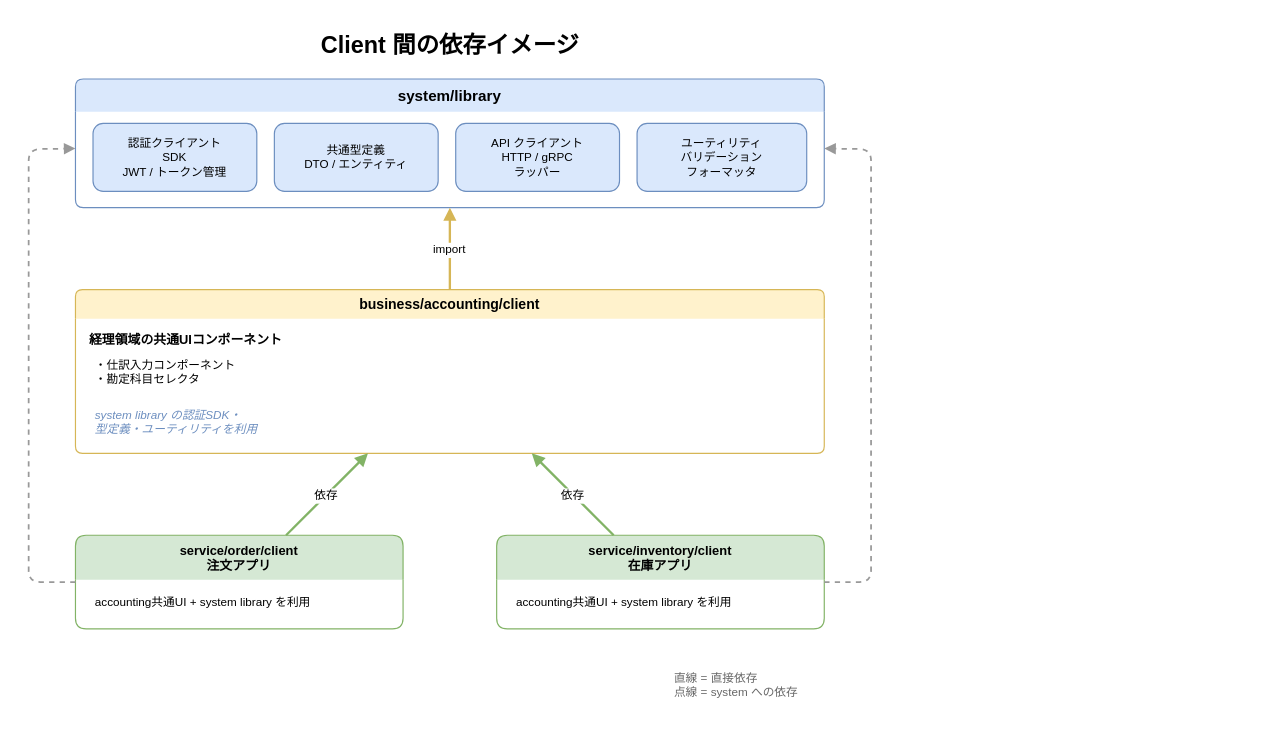
This is docs/diagrams/client-dependency.drawio from RyuheiKiso/k1s0, a draw.io file, before an edit. Source tidied: cells renumbered, new cells numbered last; positions are measured from the earlier drawing's top-left corner, leaving out a move shared by most shapes. Both pictures are drawn from the tidied source at 117%, with x=0, y=0 at pixel (28, 20).
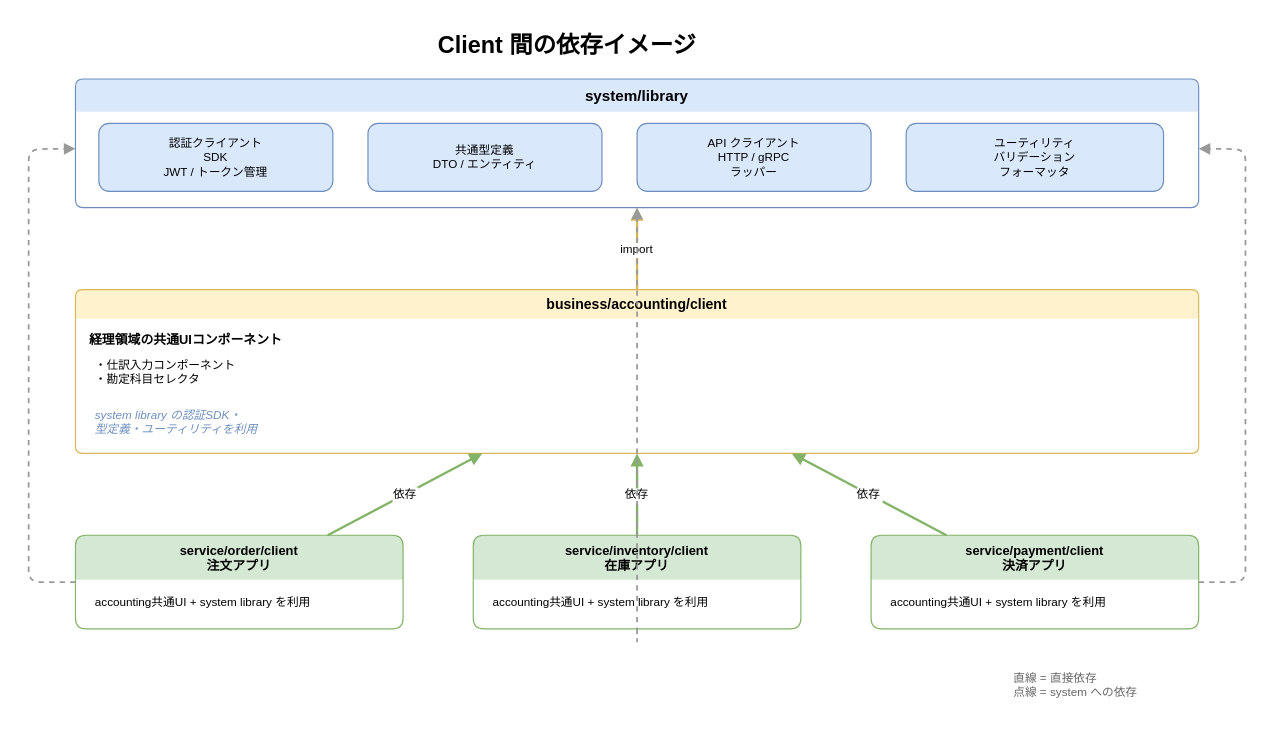
After the change.

What changed in the source:
```diff
@@
     <mxCell id="2" value="Client 間の依存イメージ" style="text;html=1;fontSize=20;fontStyle=1;align=center;verticalAlign=middle;" parent="1" vertex="1">
-      <mxGeometry x="160" width="400" height="40" as="geometry" />
+      <mxGeometry x="260" width="400" height="40" as="geometry" />
     </mxCell>
     <mxCell id="3" value="system/library" style="swimlane;startSize=28;fillColor=#dae8fc;strokeColor=#6c8ebf;rounded=1;arcSize=8;fontStyle=1;fontSize=13;swimlaneLine=0;" parent="1" vertex="1">
-      <mxGeometry x="40" y="50" width="640" height="110" as="geometry" />
+      <mxGeometry x="40" y="50" width="960" height="110" as="geometry" />
     </mxCell>
     <mxCell id="4" value="認証クライアント&#10;SDK&#10;JWT / トークン管理" style="rounded=1;whiteSpace=wrap;fillColor=#dae8fc;strokeColor=#6c8ebf;fontSize=10;" parent="3" vertex="1">
-      <mxGeometry x="15" y="38" width="140" height="58" as="geometry" />
+      <mxGeometry x="20" y="38" width="200" height="58" as="geometry" />
     </mxCell>
     <mxCell id="5" value="共通型定義&#10;DTO / エンティティ" style="rounded=1;whiteSpace=wrap;fillColor=#dae8fc;strokeColor=#6c8ebf;fontSize=10;" parent="3" vertex="1">
-      <mxGeometry x="170" y="38" width="140" height="58" as="geometry" />
+      <mxGeometry x="250" y="38" width="200" height="58" as="geometry" />
     </mxCell>
     <mxCell id="6" value="API クライアント&#10;HTTP / gRPC&#10;ラッパー" style="rounded=1;whiteSpace=wrap;fillColor=#dae8fc;strokeColor=#6c8ebf;fontSize=10;" parent="3" vertex="1">
-      <mxGeometry x="325" y="38" width="140" height="58" as="geometry" />
+      <mxGeometry x="480" y="38" width="200" height="58" as="geometry" />
     </mxCell>
     <mxCell id="7" value="ユーティリティ&#10;バリデーション&#10;フォーマッタ" style="rounded=1;whiteSpace=wrap;fillColor=#dae8fc;strokeColor=#6c8ebf;fontSize=10;" parent="3" vertex="1">
-      <mxGeometry x="480" y="38" width="145" height="58" as="geometry" />
+      <mxGeometry x="710" y="38" width="220" height="58" as="geometry" />
     </mxCell>
     <mxCell id="8" value="business/accounting/client" style="swimlane;startSize=25;fillColor=#fff2cc;strokeColor=#d6b656;rounded=1;arcSize=8;fontStyle=1;fontSize=12;swimlaneLine=0;" parent="1" vertex="1">
-      <mxGeometry x="40" y="230" width="640" height="140" as="geometry" />
+      <mxGeometry x="40" y="230" width="960" height="140" as="geometry" />
     </mxCell>
@@
     <mxCell id="14" value="service/inventory/client&#10;在庫アプリ" style="swimlane;startSize=38;fillColor=#d5e8d4;strokeColor=#82b366;rounded=1;arcSize=8;fontStyle=1;fontSize=11;swimlaneLine=0;" parent="1" vertex="1">
-      <mxGeometry x="400" y="440" width="280" height="80" as="geometry" />
+      <mxGeometry x="380" y="440" width="280" height="80" as="geometry" />
     </mxCell>
@@
+    <mxCell id="22" value="service/payment/client&#10;決済アプリ" style="swimlane;startSize=38;fillColor=#d5e8d4;strokeColor=#82b366;rounded=1;arcSize=8;fontStyle=1;fontSize=11;swimlaneLine=0;" parent="1" vertex="1">
+      <mxGeometry x="720" y="440" width="280" height="80" as="geometry" />
+    </mxCell>
+    <mxCell id="23" value="accounting共通UI + system library を利用" style="text;fontSize=10;align=left;" parent="22" vertex="1">
+      <mxGeometry x="15" y="45" width="250" height="25" as="geometry" />
+    </mxCell>
@@
+    <mxCell id="24" value="依存" style="endArrow=block;endFill=1;strokeWidth=2;strokeColor=#82b366;fontSize=10;" parent="1" edge="1" source="22" target="8">
+      <mxGeometry relative="1" as="geometry" />
+    </mxCell>
@@
     <mxCell id="20" style="endArrow=block;endFill=1;strokeWidth=1.5;strokeColor=#999999;dashed=1;fontSize=10;" parent="1" edge="1" source="14" target="3">
       <mxGeometry relative="1" as="geometry">
         <Array as="points">
-          <mxPoint x="720" y="480" />
-          <mxPoint x="720" y="110" />
+          <mxPoint x="520" y="535" />
+          <mxPoint x="520" y="190" />
         </Array>
       </mxGeometry>
     </mxCell>
+    <mxCell id="25" style="endArrow=block;endFill=1;strokeWidth=1.5;strokeColor=#999999;dashed=1;fontSize=10;" parent="1" edge="1" source="22" target="3">
+      <mxGeometry relative="1" as="geometry">
+        <Array as="points">
+          <mxPoint x="1040" y="480" />
+          <mxPoint x="1040" y="110" />
+        </Array>
+      </mxGeometry>
+    </mxCell>
     <mxCell id="21" value="直線 = 直接依存&#10;点線 = system への依存" style="text;fontSize=10;fontColor=#666666;align=left;" parent="1" vertex="1">
-      <mxGeometry x="550" y="550" width="180" height="40" as="geometry" />
+      <mxGeometry x="840" y="550" width="180" height="40" as="geometry" />
     </mxCell>
```
